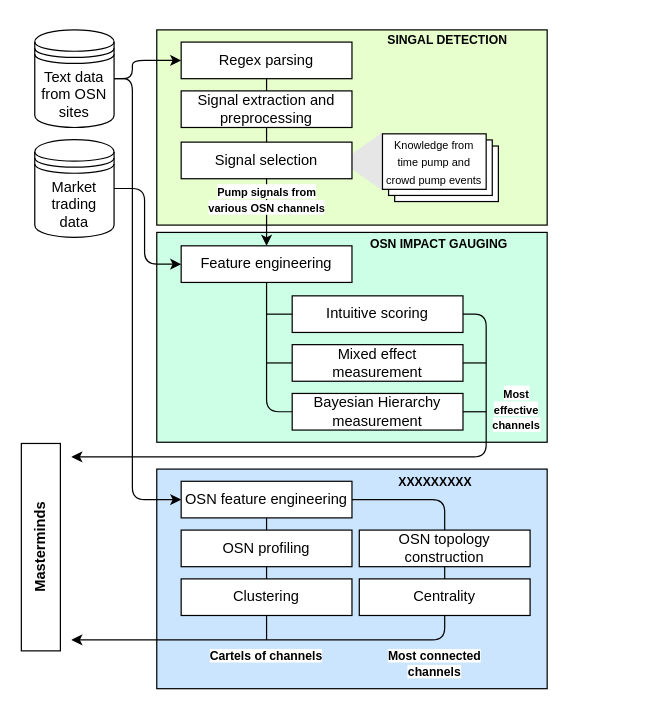
Above: page "pipeline" (1 of 2) of assets/Untitled Diagram.drawio in xujiahuayz/unmask-mastermind (draw.io), before the change. Source tidied: cells renumbered, new cells numbered last; positions are measured from the earlier drawing's top-left corner, leaving out a move shared by most shapes. Both pictures are drawn from the tidied source at 122%, with x=0, y=0 at pixel (-63, 21).
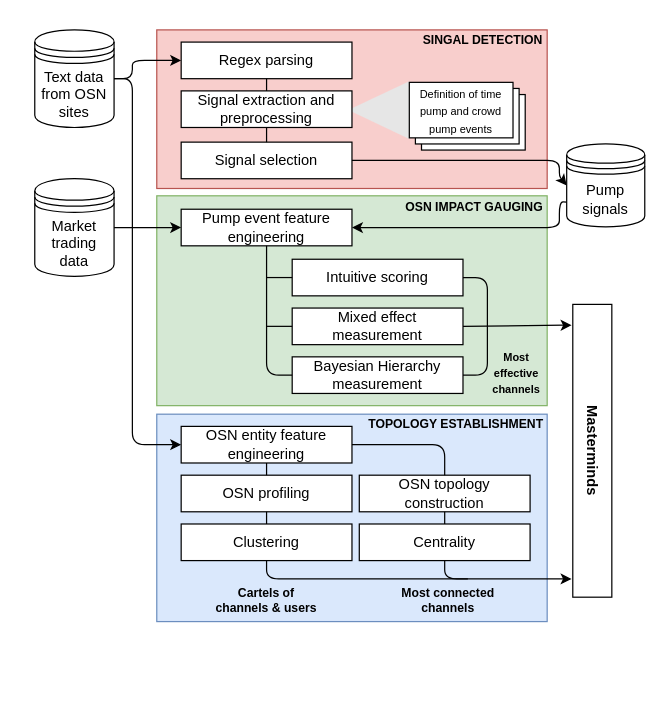
Above is the later version.

The change refers to these unchanged cells:
```xml
<mxCell id="6" value="Text data from OSN sites" style="shape=datastore;whiteSpace=wrap;html=1;" parent="1" vertex="1">
  <mxGeometry x="80" y="7" width="65" height="80" as="geometry" />
</mxCell>
<mxCell id="11" value="Signal selection" style="rounded=0;whiteSpace=wrap;html=1;" parent="1" vertex="1">
  <mxGeometry x="200" y="99" width="140" height="30" as="geometry" />
</mxCell>
```

What changed in the source:
```diff
@@
-    <mxCell id="2" style="rounded=0;whiteSpace=wrap;html=1;strokeWidth=1;fontSize=11;fillColor=#CCE5FF;" parent="1" vertex="1">
-      <mxGeometry x="180" y="367" width="320" height="180" as="geometry" />
+    <mxCell id="2" style="rounded=0;whiteSpace=wrap;html=1;strokeWidth=1;fontSize=11;fillColor=#dae8fc;strokeColor=#6c8ebf;" parent="1" vertex="1">
+      <mxGeometry x="180" y="322" width="320" height="170" as="geometry" />
     </mxCell>
-    <mxCell id="3" style="rounded=0;whiteSpace=wrap;html=1;strokeWidth=1;fontSize=11;fillColor=#CCFFE6;" parent="1" vertex="1">
-      <mxGeometry x="180" y="173" width="320" height="172" as="geometry" />
+    <mxCell id="3" style="rounded=0;whiteSpace=wrap;html=1;strokeWidth=1;fontSize=11;fillColor=#d5e8d4;strokeColor=#82b366;" parent="1" vertex="1">
+      <mxGeometry x="180" y="143" width="320" height="172" as="geometry" />
     </mxCell>
-    <mxCell id="4" style="rounded=0;whiteSpace=wrap;html=1;strokeWidth=1;fontSize=11;fillColor=#E6FFCC;" parent="1" vertex="1">
-      <mxGeometry x="180" y="7" width="320" height="160" as="geometry" />
+    <mxCell id="4" style="rounded=0;whiteSpace=wrap;html=1;strokeWidth=1;fontSize=11;fillColor=#f8cecc;strokeColor=#b85450;" parent="1" vertex="1">
+      <mxGeometry x="180" y="7" width="320" height="130" as="geometry" />
     </mxCell>
     <mxCell id="5" style="triangle;whiteSpace=wrap;html=1;strokeWidth=1;fontSize=11;rotation=-180;strokeColor=none;fillColor=#E6E6E6;" parent="1" vertex="1">
-      <mxGeometry x="331" y="91.2" width="34" height="47.5" as="geometry" />
+      <mxGeometry x="337" y="49" width="50" height="47.5" as="geometry" />
     </mxCell>
@@
     <mxCell id="7" value="Market trading data" style="shape=datastore;whiteSpace=wrap;html=1;" parent="1" vertex="1">
-      <mxGeometry x="80" y="97" width="65" height="80" as="geometry" />
+      <mxGeometry x="80" y="129" width="65" height="80" as="geometry" />
     </mxCell>
@@
-    <mxCell id="12" value="Feature engineering" style="rounded=0;whiteSpace=wrap;html=1;" parent="1" vertex="1">
-      <mxGeometry x="200" y="184" width="140" height="30" as="geometry" />
+    <mxCell id="12" value="Pump event feature engineering" style="rounded=0;whiteSpace=wrap;html=1;" parent="1" vertex="1">
+      <mxGeometry x="200" y="154" width="140" height="30" as="geometry" />
     </mxCell>
     <mxCell id="13" value="Intuitive scoring" style="rounded=0;whiteSpace=wrap;html=1;" parent="1" vertex="1">
-      <mxGeometry x="291" y="225" width="140" height="30" as="geometry" />
+      <mxGeometry x="291" y="195" width="140" height="30" as="geometry" />
     </mxCell>
     <mxCell id="14" value="Mixed effect measurement" style="rounded=0;whiteSpace=wrap;html=1;" parent="1" vertex="1">
-      <mxGeometry x="291" y="265" width="140" height="30" as="geometry" />
+      <mxGeometry x="291" y="235" width="140" height="30" as="geometry" />
     </mxCell>
     <mxCell id="15" value="Bayesian Hierarchy measurement" style="rounded=0;whiteSpace=wrap;html=1;" parent="1" vertex="1">
-      <mxGeometry x="291" y="305" width="140" height="30" as="geometry" />
+      <mxGeometry x="291" y="275" width="140" height="30" as="geometry" />
     </mxCell>
     <mxCell id="16" style="endArrow=none;html=1;rounded=1;fontSize=11;exitX=0.5;exitY=1;exitDx=0;exitDy=0;entryX=0;entryY=0.5;entryDx=0;entryDy=0;endFill=0;" parent="1" edge="1" source="12" target="15">
       <mxGeometry relative="1" as="geometry">
         <Array as="points">
-          <mxPoint x="270" y="320" />
+          <mxPoint x="270" y="290" />
         </Array>
       </mxGeometry>
     </mxCell>
     <mxCell id="17" style="endArrow=none;html=1;rounded=1;fontSize=11;entryX=0;entryY=0.5;entryDx=0;entryDy=0;endFill=0;" parent="1" edge="1" target="14">
       <mxGeometry relative="1" as="geometry">
-        <mxPoint x="270" y="280" as="sourcePoint" />
+        <mxPoint x="270" y="250" as="sourcePoint" />
       </mxGeometry>
     </mxCell>
     <mxCell id="18" style="endArrow=none;html=1;rounded=1;fontSize=11;entryX=0;entryY=0.5;entryDx=0;entryDy=0;endFill=0;" parent="1" edge="1" target="13">
       <mxGeometry relative="1" as="geometry">
-        <mxPoint x="270" y="240" as="sourcePoint" />
+        <mxPoint x="270" y="210" as="sourcePoint" />
       </mxGeometry>
     </mxCell>
     <mxCell id="19" style="endArrow=classic;html=1;rounded=1;fontSize=11;exitX=1;exitY=0.5;exitDx=0;exitDy=0;entryX=0;entryY=0.5;entryDx=0;entryDy=0;" parent="1" edge="1" source="7" target="12">
       <mxGeometry relative="1" as="geometry">
         <Array as="points">
-          <mxPoint x="170" y="137" />
-          <mxPoint x="170" y="199" />
+          <mxPoint x="170" y="169" />
         </Array>
       </mxGeometry>
     </mxCell>
@@
-    <mxCell id="22" style="endArrow=classic;html=1;rounded=1;fontSize=11;exitX=0.5;exitY=1;exitDx=0;exitDy=0;entryX=0.5;entryY=0;entryDx=0;entryDy=0;" parent="1" edge="1" source="11" target="12">
-      <mxGeometry relative="1" as="geometry" />
+    <mxCell id="22" style="endArrow=classic;html=1;rounded=1;fontSize=11;exitX=1;exitY=0.5;exitDx=0;exitDy=0;entryX=0;entryY=0.5;entryDx=0;entryDy=0;" parent="1" edge="1" source="11" target="51">
+      <mxGeometry relative="1" as="geometry">
+        <Array as="points">
+          <mxPoint x="510" y="114" />
+          <mxPoint x="510" y="127" />
+        </Array>
+      </mxGeometry>
     </mxCell>
-    <mxCell id="23" value="&lt;span style=&quot;color: rgb(0, 0, 0); font-family: Helvetica; font-style: normal; font-variant-ligatures: normal; font-variant-caps: normal; letter-spacing: normal; orphans: 2; text-indent: 0px; text-transform: none; widows: 2; word-spacing: 0px; -webkit-text-stroke-width: 0px; text-decoration-thickness: initial; text-decoration-style: initial; text-decoration-color: initial; float: none; display: inline !important; background-color: rgb(255, 255, 255);&quot;&gt;&lt;font size=&quot;1&quot; style=&quot;&quot;&gt;&lt;b style=&quot;font-size: 9px;&quot;&gt;Pump signals from various OSN channels&lt;/b&gt;&lt;/font&gt;&lt;/span&gt;" style="text;whiteSpace=wrap;html=1;fontSize=11;align=center;" parent="1" vertex="1">
-      <mxGeometry x="212.5" y="127" width="115" height="40" as="geometry" />
-    </mxCell>
-    <mxCell id="24" style="endArrow=classic;html=1;rounded=1;fontSize=9;exitX=1;exitY=0.5;exitDx=0;exitDy=0;" parent="1" edge="1" source="13">
-      <mxGeometry relative="1" as="geometry">
-        <mxPoint x="110" y="357" as="targetPoint" />
-        <Array as="points">
-          <mxPoint x="450" y="240" />
-          <mxPoint x="450" y="357" />
-        </Array>
-      </mxGeometry>
-    </mxCell>
-    <mxCell id="25" style="endArrow=none;html=1;rounded=1;fontSize=11;endFill=0;exitX=1;exitY=0.5;exitDx=0;exitDy=0;" parent="1" edge="1" source="14">
-      <mxGeometry relative="1" as="geometry">
-        <mxPoint x="450" y="280" as="targetPoint" />
-      </mxGeometry>
-    </mxCell>
-    <mxCell id="26" style="endArrow=none;html=1;rounded=1;fontSize=11;endFill=0;exitX=1;exitY=0.5;exitDx=0;exitDy=0;" parent="1" edge="1" source="15">
-      <mxGeometry relative="1" as="geometry">
-        <mxPoint x="450" y="320" as="targetPoint" />
-      </mxGeometry>
-    </mxCell>
     <mxCell id="27" style="rounded=0;whiteSpace=wrap;html=1;strokeWidth=1;" parent="1" vertex="1">
-      <mxGeometry x="375" y="102.2" width="85" height="45.5" as="geometry" />
+      <mxGeometry x="397" y="60" width="85" height="45.5" as="geometry" />
     </mxCell>
     <mxCell id="28" style="rounded=0;whiteSpace=wrap;html=1;strokeWidth=1;" parent="1" vertex="1">
-      <mxGeometry x="370" y="97.2" width="85" height="45.5" as="geometry" />
+      <mxGeometry x="392" y="55" width="85" height="45.5" as="geometry" />
     </mxCell>
-    <mxCell id="29" value="&lt;font style=&quot;font-size: 9px;&quot;&gt;Knowledge from time pump and crowd pump events&lt;/font&gt;" style="rounded=0;whiteSpace=wrap;html=1;strokeWidth=1;" parent="1" vertex="1">
-      <mxGeometry x="365" y="92.2" width="85" height="45.5" as="geometry" />
+    <mxCell id="29" value="&lt;font style=&quot;font-size: 9px;&quot;&gt;Definition of time pump and crowd pump events&lt;/font&gt;" style="rounded=0;whiteSpace=wrap;html=1;strokeWidth=1;" parent="1" vertex="1">
+      <mxGeometry x="387" y="50" width="85" height="45.5" as="geometry" />
     </mxCell>
     <mxCell id="30" value="&lt;b&gt;&lt;font style=&quot;font-size: 10px;&quot;&gt;SINGAL DETECTION&lt;/font&gt;&lt;/b&gt;" style="text;html=1;align=center;verticalAlign=middle;strokeColor=none;fillColor=none;fontSize=9;" parent="1" vertex="1">
-      <mxGeometry x="357.5" width="120" height="30" as="geometry" />
+      <mxGeometry x="387" width="120" height="30" as="geometry" />
     </mxCell>
     <mxCell id="31" value="&lt;b&gt;&lt;font style=&quot;font-size: 10px;&quot;&gt;OSN IMPACT GAUGING&lt;/font&gt;&lt;/b&gt;" style="text;html=1;align=center;verticalAlign=middle;strokeColor=none;fillColor=none;fontSize=9;" parent="1" vertex="1">
-      <mxGeometry x="340.5" y="167" width="140" height="30" as="geometry" />
+      <mxGeometry x="370" y="137" width="140" height="30" as="geometry" />
     </mxCell>
-    <mxCell id="32" value="OSN feature engineering" style="rounded=0;whiteSpace=wrap;html=1;" parent="1" vertex="1">
-      <mxGeometry x="200" y="377" width="140" height="30" as="geometry" />
+    <mxCell id="32" value="OSN entity feature engineering" style="rounded=0;whiteSpace=wrap;html=1;" parent="1" vertex="1">
+      <mxGeometry x="200" y="332" width="140" height="30" as="geometry" />
     </mxCell>
     <mxCell id="33" value="OSN profiling" style="rounded=0;whiteSpace=wrap;html=1;" parent="1" vertex="1">
-      <mxGeometry x="200" y="417" width="140" height="30" as="geometry" />
+      <mxGeometry x="200" y="372" width="140" height="30" as="geometry" />
     </mxCell>
     <mxCell id="34" value="Clustering" style="rounded=0;whiteSpace=wrap;html=1;" parent="1" vertex="1">
-      <mxGeometry x="200" y="457" width="140" height="30" as="geometry" />
+      <mxGeometry x="200" y="412" width="140" height="30" as="geometry" />
     </mxCell>
-    <mxCell id="35" value="&lt;b&gt;&lt;font style=&quot;font-size: 12px;&quot;&gt;Masterminds&lt;/font&gt;&lt;/b&gt;" style="rounded=0;whiteSpace=wrap;html=1;labelBackgroundColor=#FFFFFF;strokeWidth=1;fontSize=10;fillColor=#FFFFFF;rotation=-90;" parent="1" vertex="1">
-      <mxGeometry y="415" width="170" height="32" as="geometry" />
+    <mxCell id="35" value="&lt;b&gt;&lt;font style=&quot;font-size: 12px;&quot;&gt;Masterminds&lt;/font&gt;&lt;/b&gt;" style="rounded=0;whiteSpace=wrap;html=1;labelBackgroundColor=#FFFFFF;strokeWidth=1;fontSize=10;fillColor=#FFFFFF;rotation=90;" parent="1" vertex="1">
+      <mxGeometry x="417" y="336" width="240" height="32" as="geometry" />
     </mxCell>
     <mxCell id="36" value="OSN topology construction" style="rounded=0;whiteSpace=wrap;html=1;" parent="1" vertex="1">
-      <mxGeometry x="346" y="417" width="140" height="30" as="geometry" />
+      <mxGeometry x="346" y="372" width="140" height="30" as="geometry" />
     </mxCell>
     <mxCell id="37" value="Centrality" style="rounded=0;whiteSpace=wrap;html=1;" parent="1" vertex="1">
-      <mxGeometry x="346" y="457" width="140" height="30" as="geometry" />
+      <mxGeometry x="346" y="412" width="140" height="30" as="geometry" />
     </mxCell>
     <mxCell id="38" style="endArrow=classic;html=1;rounded=1;fontSize=12;exitX=1;exitY=0.5;exitDx=0;exitDy=0;entryX=0;entryY=0.5;entryDx=0;entryDy=0;" parent="1" edge="1" source="6" target="32">
       <mxGeometry relative="1" as="geometry">
         <Array as="points">
           <mxPoint x="160" y="47" />
-          <mxPoint x="160" y="392" />
+          <mxPoint x="160" y="347" />
         </Array>
       </mxGeometry>
     </mxCell>
     <mxCell id="39" style="endArrow=none;html=1;rounded=1;fontSize=12;entryX=0.5;entryY=0;entryDx=0;entryDy=0;exitX=1;exitY=0.5;exitDx=0;exitDy=0;" parent="1" edge="1" source="32" target="36">
       <mxGeometry relative="1" as="geometry">
         <Array as="points">
-          <mxPoint x="416" y="392" />
+          <mxPoint x="416" y="347" />
         </Array>
       </mxGeometry>
     </mxCell>
@@
-    <mxCell id="43" value="&lt;span style=&quot;color: rgb(0, 0, 0); font-family: Helvetica; font-style: normal; font-variant-ligatures: normal; font-variant-caps: normal; letter-spacing: normal; orphans: 2; text-indent: 0px; text-transform: none; widows: 2; word-spacing: 0px; -webkit-text-stroke-width: 0px; text-decoration-thickness: initial; text-decoration-style: initial; text-decoration-color: initial; float: none; display: inline !important; background-color: rgb(255, 255, 255);&quot;&gt;&lt;font size=&quot;1&quot; style=&quot;&quot;&gt;&lt;b style=&quot;font-size: 9px;&quot;&gt;Most effective channels&lt;/b&gt;&lt;/font&gt;&lt;/span&gt;" style="text;whiteSpace=wrap;html=1;fontSize=11;align=center;" parent="1" vertex="1">
-      <mxGeometry x="455" y="292" width="40" height="40" as="geometry" />
+    <mxCell id="43" value="&lt;span style=&quot;color: rgb(0, 0, 0); font-family: Helvetica; font-style: normal; font-variant-ligatures: normal; font-variant-caps: normal; letter-spacing: normal; orphans: 2; text-indent: 0px; text-transform: none; widows: 2; word-spacing: 0px; -webkit-text-stroke-width: 0px; text-decoration-thickness: initial; text-decoration-style: initial; text-decoration-color: initial; float: none; display: inline !important;&quot;&gt;&lt;font size=&quot;1&quot; style=&quot;&quot;&gt;&lt;b style=&quot;font-size: 9px;&quot;&gt;Most effective channels&lt;/b&gt;&lt;/font&gt;&lt;/span&gt;" style="text;whiteSpace=wrap;html=1;fontSize=11;align=center;" parent="1" vertex="1">
+      <mxGeometry x="455" y="262" width="40" height="40" as="geometry" />
     </mxCell>
     <mxCell id="44" style="endArrow=classic;html=1;rounded=1;fontSize=12;exitX=0.5;exitY=1;exitDx=0;exitDy=0;" parent="1" edge="1" source="37">
       <mxGeometry relative="1" as="geometry">
-        <mxPoint x="110" y="507" as="targetPoint" />
+        <mxPoint x="520" y="457" as="targetPoint" />
         <Array as="points">
-          <mxPoint x="416" y="507" />
+          <mxPoint x="416" y="457" />
         </Array>
       </mxGeometry>
     </mxCell>
     <mxCell id="45" style="endArrow=none;html=1;rounded=1;fontSize=12;entryX=0.5;entryY=1;entryDx=0;entryDy=0;" parent="1" edge="1" target="34">
       <mxGeometry relative="1" as="geometry">
-        <mxPoint x="270" y="507" as="sourcePoint" />
+        <mxPoint x="435" y="457" as="sourcePoint" />
+        <Array as="points">
+          <mxPoint x="270" y="457" />
+        </Array>
       </mxGeometry>
     </mxCell>
-    <mxCell id="46" value="&lt;b&gt;&lt;font style=&quot;font-size: 10px;&quot;&gt;XXXXXXXXX&lt;/font&gt;&lt;/b&gt;" style="text;html=1;align=center;verticalAlign=middle;strokeColor=none;fillColor=none;fontSize=9;" parent="1" vertex="1">
-      <mxGeometry x="367.5" y="362" width="80" height="30" as="geometry" />
+    <mxCell id="46" value="&lt;b&gt;&lt;font style=&quot;font-size: 10px;&quot;&gt;TOPOLOGY ESTABLISHMENT&lt;/font&gt;&lt;/b&gt;" style="text;html=1;align=center;verticalAlign=middle;strokeColor=none;fillColor=none;fontSize=9;" parent="1" vertex="1">
+      <mxGeometry x="340" y="315" width="170" height="30" as="geometry" />
     </mxCell>
-    <mxCell id="47" value="&lt;font size=&quot;1&quot;&gt;&lt;span style=&quot;background-color: rgb(255, 255, 255);&quot;&gt;&lt;b&gt;Most connected channels&lt;/b&gt;&lt;/span&gt;&lt;/font&gt;" style="text;whiteSpace=wrap;html=1;fontSize=11;align=center;" parent="1" vertex="1">
-      <mxGeometry x="352.5" y="507" width="110" height="40" as="geometry" />
+    <mxCell id="47" value="&lt;font size=&quot;1&quot;&gt;&lt;b style=&quot;&quot;&gt;Most connected channels&lt;/b&gt;&lt;/font&gt;" style="text;whiteSpace=wrap;html=1;fontSize=11;align=center;" parent="1" vertex="1">
+      <mxGeometry x="363.5" y="455" width="110" height="40" as="geometry" />
     </mxCell>
-    <mxCell id="48" value="&lt;font size=&quot;1&quot;&gt;&lt;span style=&quot;background-color: rgb(255, 255, 255);&quot;&gt;&lt;b&gt;Cartels of channels&lt;/b&gt;&lt;/span&gt;&lt;/font&gt;" style="text;whiteSpace=wrap;html=1;fontSize=11;align=center;" parent="1" vertex="1">
-      <mxGeometry x="215" y="507" width="110" height="40" as="geometry" />
+    <mxCell id="48" value="&lt;font size=&quot;1&quot;&gt;&lt;b style=&quot;&quot;&gt;Cartels of&lt;br&gt;channels &amp;amp; users&lt;/b&gt;&lt;/font&gt;" style="text;whiteSpace=wrap;html=1;fontSize=11;align=center;" parent="1" vertex="1">
+      <mxGeometry x="215" y="455" width="110" height="40" as="geometry" />
     </mxCell>
+    <mxCell id="49" style="endArrow=classic;html=1;rounded=1;fontSize=12;exitX=1;exitY=0.5;exitDx=0;exitDy=0;" parent="1" edge="1" source="14">
+      <mxGeometry relative="1" as="geometry">
+        <mxPoint x="520" y="249" as="targetPoint" />
+      </mxGeometry>
+    </mxCell>
+    <mxCell id="50" style="endArrow=none;html=1;rounded=1;fontSize=12;exitX=1;exitY=0.5;exitDx=0;exitDy=0;entryX=1;entryY=0.5;entryDx=0;entryDy=0;" parent="1" edge="1" source="15" target="13">
+      <mxGeometry relative="1" as="geometry">
+        <Array as="points">
+          <mxPoint x="451" y="290" />
+          <mxPoint x="451" y="210" />
+        </Array>
+      </mxGeometry>
+    </mxCell>
+    <mxCell id="51" value="&lt;font style=&quot;font-size: 12px;&quot;&gt;Pump signals&lt;/font&gt;" style="shape=datastore;whiteSpace=wrap;html=1;" parent="1" vertex="1">
+      <mxGeometry x="516" y="100.5" width="64" height="68" as="geometry" />
+    </mxCell>
+    <mxCell id="52" style="endArrow=classic;html=1;rounded=1;fontSize=12;exitX=0;exitY=0.7;exitDx=0;exitDy=0;entryX=1;entryY=0.5;entryDx=0;entryDy=0;" parent="1" edge="1" source="51" target="12">
+      <mxGeometry relative="1" as="geometry">
+        <Array as="points">
+          <mxPoint x="510" y="148" />
+          <mxPoint x="510" y="169" />
+        </Array>
+      </mxGeometry>
+    </mxCell>
```
